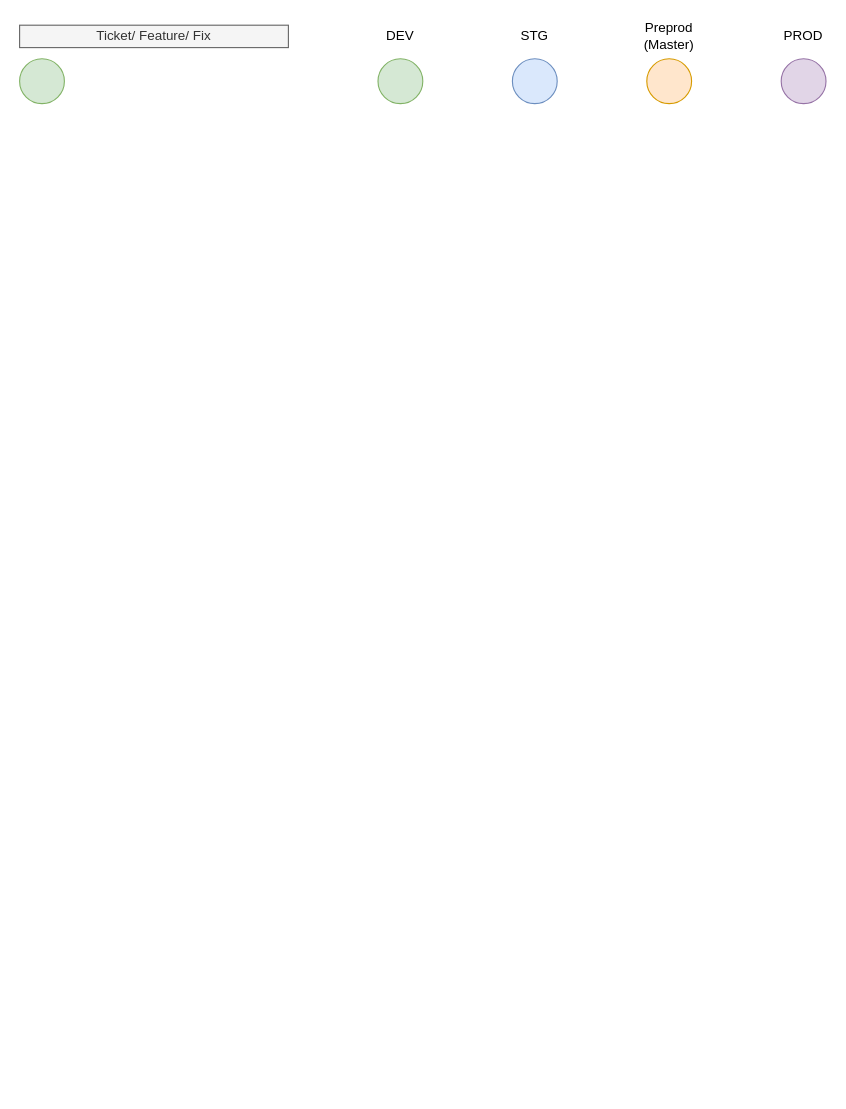
The draw.io diagram Untitled Diagram.drawio in andrespipe/diagrams, before the edit. Source tidied: cells renumbered, new cells numbered last; positions are measured from the earlier drawing's top-left corner, leaving out a move shared by most shapes. Both pictures are drawn from the tidied source at 112%, with x=0, y=0 at pixel (19, 19).
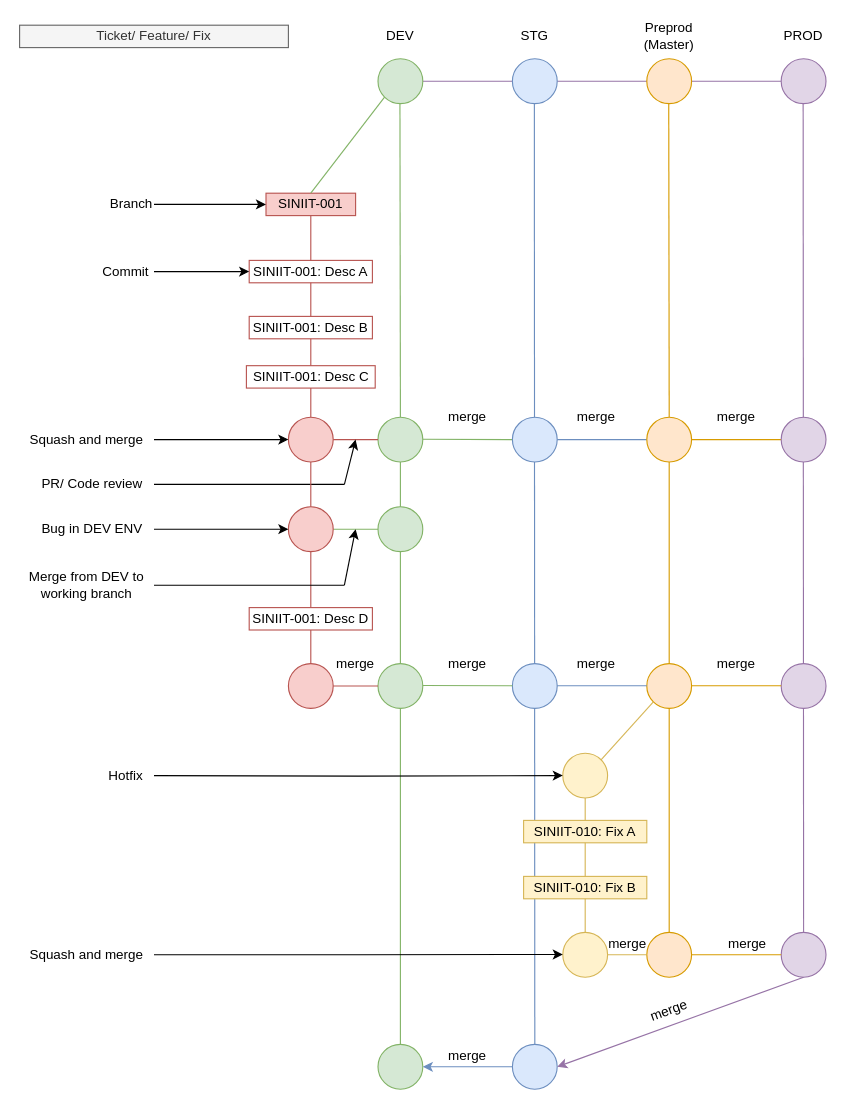
The same diagram, later.

The change refers to these unchanged cells:
```xml
<mxCell id="4" style="ellipse;whiteSpace=wrap;html=1;fillColor=#d5e8d4;strokeColor=#82b366;" parent="1" vertex="1">
  <mxGeometry x="320" y="35" width="40" height="40" as="geometry" />
</mxCell>
<mxCell id="8" style="ellipse;whiteSpace=wrap;html=1;fillColor=#e1d5e7;strokeColor=#9673a6;" parent="1" vertex="1">
  <mxGeometry x="680" y="35" width="40" height="40" as="geometry" />
</mxCell>
```

What changed in the source:
```diff
@@
+    <mxCell id="12" style="endArrow=none;html=1;entryX=0;entryY=0.5;entryDx=0;entryDy=0;exitX=1;exitY=0.5;exitDx=0;exitDy=0;fillColor=#e1d5e7;strokeColor=#9673a6;" parent="1" edge="1" source="4" target="8">
+      <mxGeometry relative="1" as="geometry" />
+    </mxCell>
@@
-    <mxCell id="11" style="ellipse;whiteSpace=wrap;html=1;fillColor=#d5e8d4;strokeColor=#82b366;" parent="1" vertex="1">
-      <mxGeometry y="35" width="40" height="40" as="geometry" />
-    </mxCell>
+    <mxCell id="13" value="SINIIT-001" style="text;html=1;strokeColor=#b85450;fillColor=#f8cecc;align=center;verticalAlign=middle;whiteSpace=wrap;rounded=0;" parent="1" vertex="1">
+      <mxGeometry x="220" y="155" width="80" height="20" as="geometry" />
+    </mxCell>
+    <mxCell id="14" style="endArrow=none;html=1;fillColor=#d5e8d4;strokeColor=#82b366;startArrow=none;" parent="1" edge="1" source="32">
+      <mxGeometry relative="1" as="geometry">
+        <mxPoint x="339.6" y="75" as="targetPoint" />
+      </mxGeometry>
+    </mxCell>
+    <mxCell id="15" style="endArrow=none;html=1;fillColor=#dae8fc;strokeColor=#6c8ebf;" parent="1" edge="1">
+      <mxGeometry relative="1" as="geometry">
+        <mxPoint x="460" y="915" as="sourcePoint" />
+        <mxPoint x="459.6" y="75" as="targetPoint" />
+      </mxGeometry>
+    </mxCell>
+    <mxCell id="16" style="endArrow=none;html=1;fillColor=#ffe6cc;strokeColor=#d79b00;startArrow=none;" parent="1" edge="1" source="35">
+      <mxGeometry relative="1" as="geometry">
+        <mxPoint x="579.6" y="75" as="targetPoint" />
+      </mxGeometry>
+    </mxCell>
+    <mxCell id="17" style="endArrow=none;html=1;fillColor=#e1d5e7;strokeColor=#9673a6;" parent="1" edge="1" source="79">
+      <mxGeometry relative="1" as="geometry">
+        <mxPoint x="699.6" y="75" as="targetPoint" />
+      </mxGeometry>
+    </mxCell>
+    <mxCell id="18" style="endArrow=none;html=1;fillColor=#d5e8d4;strokeColor=#82b366;entryX=0;entryY=1;entryDx=0;entryDy=0;exitX=0.5;exitY=0;exitDx=0;exitDy=0;" parent="1" edge="1" source="13" target="4">
+      <mxGeometry relative="1" as="geometry" />
+    </mxCell>
+    <mxCell id="19" style="endArrow=none;html=1;fillColor=#f8cecc;strokeColor=#b85450;" parent="1" edge="1">
+      <mxGeometry relative="1" as="geometry">
+        <mxPoint x="260" y="215" as="sourcePoint" />
+        <mxPoint x="260" y="175" as="targetPoint" />
+      </mxGeometry>
+    </mxCell>
+    <mxCell id="20" value="SINIIT-001: Desc A" style="text;html=1;strokeColor=#b85450;fillColor=none;align=center;verticalAlign=middle;whiteSpace=wrap;rounded=0;" parent="1" vertex="1">
+      <mxGeometry x="205" y="215" width="110" height="20" as="geometry" />
+    </mxCell>
+    <mxCell id="21" value="Branch" style="text;html=1;strokeColor=none;fillColor=none;align=center;verticalAlign=middle;whiteSpace=wrap;rounded=0;" parent="1" vertex="1">
+      <mxGeometry x="80" y="155" width="40" height="20" as="geometry" />
+    </mxCell>
+    <mxCell id="22" value="Commit" style="text;html=1;strokeColor=none;fillColor=none;align=center;verticalAlign=middle;whiteSpace=wrap;rounded=0;" parent="1" vertex="1">
+      <mxGeometry x="70" y="215" width="50" height="20" as="geometry" />
+    </mxCell>
+    <mxCell id="23" style="endArrow=classic;html=1;exitX=1;exitY=0.5;exitDx=0;exitDy=0;entryX=0;entryY=0.5;entryDx=0;entryDy=0;" parent="1" edge="1" source="21" target="13">
+      <mxGeometry relative="1" as="geometry" />
+    </mxCell>
+    <mxCell id="24" style="endArrow=classic;html=1;exitX=1;exitY=0.5;exitDx=0;exitDy=0;entryX=0;entryY=0.5;entryDx=0;entryDy=0;" parent="1" edge="1" source="22" target="20">
+      <mxGeometry relative="1" as="geometry" />
+    </mxCell>
+    <mxCell id="25" value="SINIIT-001: Desc B" style="text;html=1;strokeColor=#b85450;fillColor=none;align=center;verticalAlign=middle;whiteSpace=wrap;rounded=0;" parent="1" vertex="1">
+      <mxGeometry x="205" y="265" width="110" height="20" as="geometry" />
+    </mxCell>
+    <mxCell id="26" value="SINIIT-001: Desc C" style="text;html=1;strokeColor=#b85450;fillColor=none;align=center;verticalAlign=middle;whiteSpace=wrap;rounded=0;" parent="1" vertex="1">
+      <mxGeometry x="202.5" y="309" width="115" height="20" as="geometry" />
+    </mxCell>
+    <mxCell id="27" style="endArrow=none;html=1;entryX=0.5;entryY=1;entryDx=0;entryDy=0;exitX=0.5;exitY=0;exitDx=0;exitDy=0;fillColor=#f8cecc;strokeColor=#b85450;" parent="1" edge="1" source="25" target="20">
+      <mxGeometry relative="1" as="geometry" />
+    </mxCell>
+    <mxCell id="28" style="endArrow=none;html=1;entryX=0.5;entryY=1;entryDx=0;entryDy=0;fillColor=#f8cecc;strokeColor=#b85450;" parent="1" edge="1" source="26" target="25">
+      <mxGeometry relative="1" as="geometry" />
+    </mxCell>
+    <mxCell id="29" style="endArrow=none;html=1;fillColor=#f8cecc;strokeColor=#b85450;exitX=0.5;exitY=1;exitDx=0;exitDy=0;entryX=0.5;entryY=0;entryDx=0;entryDy=0;" parent="1" edge="1" source="26" target="39">
+      <mxGeometry relative="1" as="geometry" />
+    </mxCell>
+    <mxCell id="30" style="endArrow=none;html=1;entryX=0;entryY=0.5;entryDx=0;entryDy=0;fillColor=#d5e8d4;strokeColor=#82b366;" parent="1" edge="1" target="31">
+      <mxGeometry relative="1" as="geometry">
+        <mxPoint x="360" y="374.7" as="sourcePoint" />
+      </mxGeometry>
+    </mxCell>
+    <mxCell id="31" style="ellipse;whiteSpace=wrap;html=1;fillColor=#dae8fc;strokeColor=#6c8ebf;" parent="1" vertex="1">
+      <mxGeometry x="440" y="355" width="40" height="40" as="geometry" />
+    </mxCell>
+    <mxCell id="32" style="ellipse;whiteSpace=wrap;html=1;fillColor=#d5e8d4;strokeColor=#82b366;" parent="1" vertex="1">
+      <mxGeometry x="320" y="355" width="40" height="40" as="geometry" />
+    </mxCell>
+    <mxCell id="33" style="endArrow=none;html=1;fillColor=#d5e8d4;strokeColor=#82b366;exitX=1;exitY=0.5;exitDx=0;exitDy=0;entryX=0;entryY=0.5;entryDx=0;entryDy=0;" parent="1" edge="1" source="43" target="52">
+      <mxGeometry relative="1" as="geometry" />
+    </mxCell>
+    <mxCell id="34" style="endArrow=none;html=1;exitX=1;exitY=0.5;exitDx=0;exitDy=0;fillColor=#dae8fc;strokeColor=#6c8ebf;entryX=0;entryY=0.5;entryDx=0;entryDy=0;" parent="1" edge="1" source="31" target="35">
+      <mxGeometry relative="1" as="geometry" />
+    </mxCell>
+    <mxCell id="35" style="ellipse;whiteSpace=wrap;html=1;fillColor=#ffe6cc;strokeColor=#d79b00;" parent="1" vertex="1">
+      <mxGeometry x="560" y="355" width="40" height="40" as="geometry" />
+    </mxCell>
+    <mxCell id="36" style="endArrow=none;html=1;fillColor=#ffe6cc;strokeColor=#d79b00;exitX=0.5;exitY=0;exitDx=0;exitDy=0;" parent="1" edge="1" source="58" target="35">
+      <mxGeometry relative="1" as="geometry" />
+    </mxCell>
+    <mxCell id="37" style="endArrow=none;html=1;entryX=0;entryY=0.5;entryDx=0;entryDy=0;fillColor=#ffe6cc;strokeColor=#d79b00;" parent="1" edge="1" target="38">
+      <mxGeometry relative="1" as="geometry">
+        <mxPoint x="600" y="375" as="sourcePoint" />
+      </mxGeometry>
+    </mxCell>
+    <mxCell id="38" style="ellipse;whiteSpace=wrap;html=1;fillColor=#e1d5e7;strokeColor=#9673a6;" parent="1" vertex="1">
+      <mxGeometry x="680" y="355" width="40" height="40" as="geometry" />
+    </mxCell>
+    <mxCell id="39" style="ellipse;whiteSpace=wrap;html=1;fillColor=#f8cecc;strokeColor=#b85450;" parent="1" vertex="1">
+      <mxGeometry x="240" y="355" width="40" height="40" as="geometry" />
+    </mxCell>
+    <mxCell id="40" style="endArrow=none;html=1;entryX=0;entryY=0.5;entryDx=0;entryDy=0;fillColor=#f8cecc;strokeColor=#b85450;exitX=1;exitY=0.5;exitDx=0;exitDy=0;" parent="1" edge="1" source="39" target="32">
+      <mxGeometry relative="1" as="geometry" />
+    </mxCell>
+    <mxCell id="41" style="edgeStyle=orthogonalEdgeStyle;rounded=0;jettySize=auto;html=1;" parent="1" edge="1" source="42" target="39">
+      <mxGeometry relative="1" as="geometry" />
+    </mxCell>
+    <mxCell id="42" value="Squash and merge" style="text;html=1;strokeColor=none;fillColor=none;align=center;verticalAlign=middle;whiteSpace=wrap;rounded=0;" parent="1" vertex="1">
+      <mxGeometry y="365" width="120" height="20" as="geometry" />
+    </mxCell>
+    <mxCell id="43" style="ellipse;whiteSpace=wrap;html=1;fillColor=#f8cecc;strokeColor=#b85450;" parent="1" vertex="1">
+      <mxGeometry x="240" y="435" width="40" height="40" as="geometry" />
+    </mxCell>
+    <mxCell id="44" value="Bug in DEV ENV" style="text;html=1;strokeColor=none;fillColor=none;align=center;verticalAlign=middle;whiteSpace=wrap;rounded=0;" parent="1" vertex="1">
+      <mxGeometry x="10" y="445" width="110" height="20" as="geometry" />
+    </mxCell>
+    <mxCell id="45" style="endArrow=classic;html=1;" parent="1" edge="1">
+      <mxGeometry relative="1" as="geometry">
+        <mxPoint x="290" y="415" as="sourcePoint" />
+        <mxPoint x="300" y="375" as="targetPoint" />
+      </mxGeometry>
+    </mxCell>
+    <mxCell id="46" style="endArrow=none;html=1;entryX=1;entryY=0.5;entryDx=0;entryDy=0;" parent="1" edge="1" target="47">
+      <mxGeometry relative="1" as="geometry">
+        <mxPoint x="290" y="415" as="sourcePoint" />
+      </mxGeometry>
+    </mxCell>
+    <mxCell id="47" value="PR/ Code review" style="text;html=1;strokeColor=none;fillColor=none;align=center;verticalAlign=middle;whiteSpace=wrap;rounded=0;" parent="1" vertex="1">
+      <mxGeometry x="10" y="405" width="110" height="20" as="geometry" />
+    </mxCell>
+    <mxCell id="48" style="endArrow=none;html=1;fillColor=#f8cecc;strokeColor=#b85450;entryX=0.5;entryY=0;entryDx=0;entryDy=0;" parent="1" edge="1" source="39" target="43">
+      <mxGeometry relative="1" as="geometry" />
+    </mxCell>
+    <mxCell id="49" value="Merge from DEV to working branch" style="text;html=1;strokeColor=none;fillColor=none;align=center;verticalAlign=middle;whiteSpace=wrap;rounded=0;" parent="1" vertex="1">
+      <mxGeometry y="485" width="120" height="40" as="geometry" />
+    </mxCell>
+    <mxCell id="50" style="endArrow=none;html=1;fillColor=#d5e8d4;strokeColor=#82b366;entryX=0.5;entryY=1;entryDx=0;entryDy=0;" parent="1" edge="1" source="82" target="32">
+      <mxGeometry relative="1" as="geometry" />
+    </mxCell>
+    <mxCell id="51" style="endArrow=none;html=1;exitX=0.5;exitY=1;exitDx=0;exitDy=0;fillColor=#f8cecc;strokeColor=#b85450;" parent="1" edge="1" source="43">
+      <mxGeometry relative="1" as="geometry">
+        <mxPoint x="260" y="525" as="targetPoint" />
+      </mxGeometry>
+    </mxCell>
+    <mxCell id="52" style="ellipse;whiteSpace=wrap;html=1;fillColor=#d5e8d4;strokeColor=#82b366;" parent="1" vertex="1">
+      <mxGeometry x="320" y="435" width="40" height="40" as="geometry" />
+    </mxCell>
+    <mxCell id="53" value="SINIIT-001: Desc D" style="text;html=1;strokeColor=#b85450;fillColor=none;align=center;verticalAlign=middle;whiteSpace=wrap;rounded=0;" parent="1" vertex="1">
+      <mxGeometry x="205" y="525" width="110" height="20" as="geometry" />
+    </mxCell>
+    <mxCell id="54" style="ellipse;whiteSpace=wrap;html=1;fillColor=#f8cecc;strokeColor=#b85450;" parent="1" vertex="1">
+      <mxGeometry x="240" y="575" width="40" height="40" as="geometry" />
+    </mxCell>
+    <mxCell id="55" style="endArrow=none;html=1;exitX=0.5;exitY=1;exitDx=0;exitDy=0;fillColor=#f8cecc;strokeColor=#b85450;entryX=0.5;entryY=0;entryDx=0;entryDy=0;" parent="1" edge="1" source="53" target="54">
+      <mxGeometry relative="1" as="geometry" />
+    </mxCell>
+    <mxCell id="56" style="ellipse;whiteSpace=wrap;html=1;fillColor=#d5e8d4;strokeColor=#82b366;" parent="1" vertex="1">
+      <mxGeometry x="320" y="575" width="40" height="40" as="geometry" />
+    </mxCell>
+    <mxCell id="57" style="ellipse;whiteSpace=wrap;html=1;fillColor=#dae8fc;strokeColor=#6c8ebf;" parent="1" vertex="1">
+      <mxGeometry x="440" y="575" width="40" height="40" as="geometry" />
+    </mxCell>
+    <mxCell id="58" style="ellipse;whiteSpace=wrap;html=1;fillColor=#ffe6cc;strokeColor=#d79b00;" parent="1" vertex="1">
+      <mxGeometry x="560" y="575" width="40" height="40" as="geometry" />
+    </mxCell>
+    <mxCell id="59" style="ellipse;whiteSpace=wrap;html=1;fillColor=#e1d5e7;strokeColor=#9673a6;" parent="1" vertex="1">
+      <mxGeometry x="680" y="575" width="40" height="40" as="geometry" />
+    </mxCell>
+    <mxCell id="60" style="endArrow=none;html=1;entryX=0;entryY=0.5;entryDx=0;entryDy=0;fillColor=#d5e8d4;strokeColor=#82b366;" parent="1" edge="1">
+      <mxGeometry relative="1" as="geometry">
+        <mxPoint x="360" y="594.5" as="sourcePoint" />
+        <mxPoint x="440" y="594.8" as="targetPoint" />
+      </mxGeometry>
+    </mxCell>
+    <mxCell id="61" style="endArrow=none;html=1;exitX=1;exitY=0.5;exitDx=0;exitDy=0;fillColor=#dae8fc;strokeColor=#6c8ebf;entryX=0;entryY=0.5;entryDx=0;entryDy=0;" parent="1" edge="1">
+      <mxGeometry relative="1" as="geometry">
+        <mxPoint x="480" y="594.8" as="sourcePoint" />
+        <mxPoint x="560" y="594.8" as="targetPoint" />
+      </mxGeometry>
+    </mxCell>
+    <mxCell id="62" style="endArrow=none;html=1;entryX=0;entryY=0.5;entryDx=0;entryDy=0;fillColor=#ffe6cc;strokeColor=#d79b00;" parent="1" edge="1">
+      <mxGeometry relative="1" as="geometry">
+        <mxPoint x="600" y="594.8" as="sourcePoint" />
+        <mxPoint x="680" y="594.8" as="targetPoint" />
+      </mxGeometry>
+    </mxCell>
+    <mxCell id="63" style="endArrow=none;html=1;exitX=1;exitY=0.5;exitDx=0;exitDy=0;fillColor=#f8cecc;strokeColor=#b85450;entryX=0;entryY=0.5;entryDx=0;entryDy=0;" parent="1" edge="1" source="54" target="56">
+      <mxGeometry relative="1" as="geometry" />
+    </mxCell>
+    <mxCell id="64" style="endArrow=none;html=1;entryX=0;entryY=1;entryDx=0;entryDy=0;fillColor=#fff2cc;strokeColor=#d6b656;exitX=1;exitY=0;exitDx=0;exitDy=0;" parent="1" edge="1" source="65" target="58">
+      <mxGeometry relative="1" as="geometry" />
+    </mxCell>
+    <mxCell id="65" style="ellipse;whiteSpace=wrap;html=1;fillColor=#fff2cc;strokeColor=#d6b656;" parent="1" vertex="1">
+      <mxGeometry x="485" y="655" width="40" height="40" as="geometry" />
+    </mxCell>
+    <mxCell id="66" value="Hotfix" style="text;html=1;strokeColor=none;fillColor=none;align=center;verticalAlign=middle;whiteSpace=wrap;rounded=0;" parent="1" vertex="1">
+      <mxGeometry x="70" y="665" width="50" height="20" as="geometry" />
+    </mxCell>
+    <mxCell id="67" value="SINIIT-010: Fix A" style="text;html=1;strokeColor=#d6b656;fillColor=#fff2cc;align=center;verticalAlign=middle;whiteSpace=wrap;rounded=0;" parent="1" vertex="1">
+      <mxGeometry x="450" y="715" width="110" height="20" as="geometry" />
+    </mxCell>
+    <mxCell id="68" value="SINIIT-010: Fix B" style="text;html=1;strokeColor=#d6b656;fillColor=#fff2cc;align=center;verticalAlign=middle;whiteSpace=wrap;rounded=0;" parent="1" vertex="1">
+      <mxGeometry x="450" y="765" width="110" height="20" as="geometry" />
+    </mxCell>
+    <mxCell id="69" style="endArrow=none;html=1;entryX=0.5;entryY=1;entryDx=0;entryDy=0;fillColor=#fff2cc;strokeColor=#d6b656;" parent="1" edge="1" source="67" target="65">
+      <mxGeometry relative="1" as="geometry" />
+    </mxCell>
+    <mxCell id="70" style="endArrow=none;html=1;entryX=0.5;entryY=1;entryDx=0;entryDy=0;exitX=0.5;exitY=0;exitDx=0;exitDy=0;fillColor=#fff2cc;strokeColor=#d6b656;" parent="1" edge="1" source="68" target="67">
+      <mxGeometry relative="1" as="geometry" />
+    </mxCell>
+    <mxCell id="71" style="ellipse;whiteSpace=wrap;html=1;fillColor=#fff2cc;strokeColor=#d6b656;" parent="1" vertex="1">
+      <mxGeometry x="485" y="815" width="40" height="40" as="geometry" />
+    </mxCell>
+    <mxCell id="72" style="endArrow=none;html=1;entryX=0.5;entryY=1;entryDx=0;entryDy=0;exitX=0.5;exitY=0;exitDx=0;exitDy=0;fillColor=#fff2cc;strokeColor=#d6b656;" parent="1" edge="1" source="71" target="68">
+      <mxGeometry relative="1" as="geometry" />
+    </mxCell>
+    <mxCell id="73" value="Squash and merge" style="text;html=1;strokeColor=none;fillColor=none;align=center;verticalAlign=middle;whiteSpace=wrap;rounded=0;" parent="1" vertex="1">
+      <mxGeometry y="825" width="120" height="20" as="geometry" />
+    </mxCell>
+    <mxCell id="74" style="edgeStyle=orthogonalEdgeStyle;rounded=0;jettySize=auto;html=1;entryX=0;entryY=0.5;entryDx=0;entryDy=0;" parent="1" edge="1" target="65">
+      <mxGeometry relative="1" as="geometry">
+        <mxPoint x="120" y="675" as="sourcePoint" />
+      </mxGeometry>
+    </mxCell>
+    <mxCell id="75" style="edgeStyle=orthogonalEdgeStyle;rounded=0;jettySize=auto;html=1;entryX=0;entryY=0.5;entryDx=0;entryDy=0;exitX=1;exitY=0.5;exitDx=0;exitDy=0;" parent="1" edge="1" source="73">
+      <mxGeometry relative="1" as="geometry">
+        <mxPoint x="485" y="834.7" as="targetPoint" />
+      </mxGeometry>
+    </mxCell>
+    <mxCell id="76" style="endArrow=none;html=1;entryX=0.5;entryY=1;entryDx=0;entryDy=0;exitX=0.5;exitY=0;exitDx=0;exitDy=0;fillColor=#ffe6cc;strokeColor=#d79b00;" parent="1" edge="1" source="77" target="58">
+      <mxGeometry relative="1" as="geometry" />
+    </mxCell>
+    <mxCell id="77" style="ellipse;whiteSpace=wrap;html=1;fillColor=#ffe6cc;strokeColor=#d79b00;" parent="1" vertex="1">
+      <mxGeometry x="560" y="815" width="40" height="40" as="geometry" />
+    </mxCell>
+    <mxCell id="78" style="endArrow=none;html=1;entryX=1;entryY=0.5;entryDx=0;entryDy=0;exitX=0;exitY=0.5;exitDx=0;exitDy=0;fillColor=#fff2cc;strokeColor=#d6b656;" parent="1" edge="1" source="77" target="71">
+      <mxGeometry relative="1" as="geometry" />
+    </mxCell>
+    <mxCell id="79" style="ellipse;whiteSpace=wrap;html=1;fillColor=#e1d5e7;strokeColor=#9673a6;" parent="1" vertex="1">
+      <mxGeometry x="680" y="815" width="40" height="40" as="geometry" />
+    </mxCell>
+    <mxCell id="80" style="endArrow=none;html=1;entryX=0;entryY=0.5;entryDx=0;entryDy=0;exitX=1;exitY=0.5;exitDx=0;exitDy=0;fillColor=#ffe6cc;strokeColor=#d79b00;" parent="1" edge="1" source="77" target="79">
+      <mxGeometry relative="1" as="geometry" />
+    </mxCell>
+    <mxCell id="81" style="ellipse;whiteSpace=wrap;html=1;fillColor=#dae8fc;strokeColor=#6c8ebf;" parent="1" vertex="1">
+      <mxGeometry x="440" y="915" width="40" height="40" as="geometry" />
+    </mxCell>
+    <mxCell id="82" style="ellipse;whiteSpace=wrap;html=1;fillColor=#d5e8d4;strokeColor=#82b366;" parent="1" vertex="1">
+      <mxGeometry x="320" y="915" width="40" height="40" as="geometry" />
+    </mxCell>
+    <mxCell id="83" style="endArrow=classic;html=1;entryX=1;entryY=0.5;entryDx=0;entryDy=0;exitX=0.5;exitY=1;exitDx=0;exitDy=0;fillColor=#e1d5e7;strokeColor=#9673a6;" parent="1" edge="1" source="79" target="81">
+      <mxGeometry relative="1" as="geometry" />
+    </mxCell>
+    <mxCell id="84" style="endArrow=classic;html=1;entryX=1;entryY=0.5;entryDx=0;entryDy=0;exitX=0;exitY=0.5;exitDx=0;exitDy=0;fillColor=#dae8fc;strokeColor=#6c8ebf;" parent="1" edge="1" source="81" target="82">
+      <mxGeometry relative="1" as="geometry" />
+    </mxCell>
+    <mxCell id="85" value="merge" style="text;html=1;strokeColor=none;fillColor=none;align=center;verticalAlign=middle;whiteSpace=wrap;rounded=0;rotation=-20;" parent="1" vertex="1">
+      <mxGeometry x="550" y="875" width="60" height="20" as="geometry" />
+    </mxCell>
+    <mxCell id="86" value="merge" style="text;html=1;strokeColor=none;fillColor=none;align=center;verticalAlign=middle;whiteSpace=wrap;rounded=0;" parent="1" vertex="1">
+      <mxGeometry x="370" y="915" width="60" height="20" as="geometry" />
+    </mxCell>
+    <mxCell id="87" value="merge" style="text;html=1;strokeColor=none;fillColor=none;align=center;verticalAlign=middle;whiteSpace=wrap;rounded=0;" parent="1" vertex="1">
+      <mxGeometry x="270" y="565" width="60" height="20" as="geometry" />
+    </mxCell>
+    <mxCell id="88" value="merge" style="text;html=1;strokeColor=none;fillColor=none;align=center;verticalAlign=middle;whiteSpace=wrap;rounded=0;" parent="1" vertex="1">
+      <mxGeometry x="370" y="565" width="60" height="20" as="geometry" />
+    </mxCell>
+    <mxCell id="89" value="merge" style="text;html=1;strokeColor=none;fillColor=none;align=center;verticalAlign=middle;whiteSpace=wrap;rounded=0;" parent="1" vertex="1">
+      <mxGeometry x="485" y="565" width="60" height="20" as="geometry" />
+    </mxCell>
+    <mxCell id="90" value="merge" style="text;html=1;strokeColor=none;fillColor=none;align=center;verticalAlign=middle;whiteSpace=wrap;rounded=0;" parent="1" vertex="1">
+      <mxGeometry x="610" y="565" width="60" height="20" as="geometry" />
+    </mxCell>
+    <mxCell id="91" value="merge" style="text;html=1;strokeColor=none;fillColor=none;align=center;verticalAlign=middle;whiteSpace=wrap;rounded=0;" parent="1" vertex="1">
+      <mxGeometry x="370" y="345" width="60" height="20" as="geometry" />
+    </mxCell>
+    <mxCell id="92" value="merge" style="text;html=1;strokeColor=none;fillColor=none;align=center;verticalAlign=middle;whiteSpace=wrap;rounded=0;" parent="1" vertex="1">
+      <mxGeometry x="485" y="345" width="60" height="20" as="geometry" />
+    </mxCell>
+    <mxCell id="93" value="merge" style="text;html=1;strokeColor=none;fillColor=none;align=center;verticalAlign=middle;whiteSpace=wrap;rounded=0;" parent="1" vertex="1">
+      <mxGeometry x="610" y="345" width="60" height="20" as="geometry" />
+    </mxCell>
+    <mxCell id="94" value="merge" style="text;html=1;strokeColor=none;fillColor=none;align=center;verticalAlign=middle;whiteSpace=wrap;rounded=0;" parent="1" vertex="1">
+      <mxGeometry x="620" y="815" width="60" height="20" as="geometry" />
+    </mxCell>
+    <mxCell id="95" value="merge" style="text;html=1;strokeColor=none;fillColor=none;align=center;verticalAlign=middle;whiteSpace=wrap;rounded=0;" parent="1" vertex="1">
+      <mxGeometry x="513" y="815" width="60" height="20" as="geometry" />
+    </mxCell>
+    <mxCell id="96" style="endArrow=classic;html=1;" parent="1" edge="1">
+      <mxGeometry relative="1" as="geometry">
+        <mxPoint x="290" y="505" as="sourcePoint" />
+        <mxPoint x="300" y="455" as="targetPoint" />
+      </mxGeometry>
+    </mxCell>
+    <mxCell id="97" style="endArrow=none;html=1;exitX=1;exitY=0.5;exitDx=0;exitDy=0;" parent="1" edge="1" source="49">
+      <mxGeometry relative="1" as="geometry">
+        <mxPoint x="290" y="505" as="targetPoint" />
+      </mxGeometry>
+    </mxCell>
+    <mxCell id="98" style="endArrow=classic;html=1;entryX=0;entryY=0.5;entryDx=0;entryDy=0;exitX=1;exitY=0.5;exitDx=0;exitDy=0;" parent="1" edge="1" source="44" target="43">
+      <mxGeometry relative="1" as="geometry" />
+    </mxCell>
```
